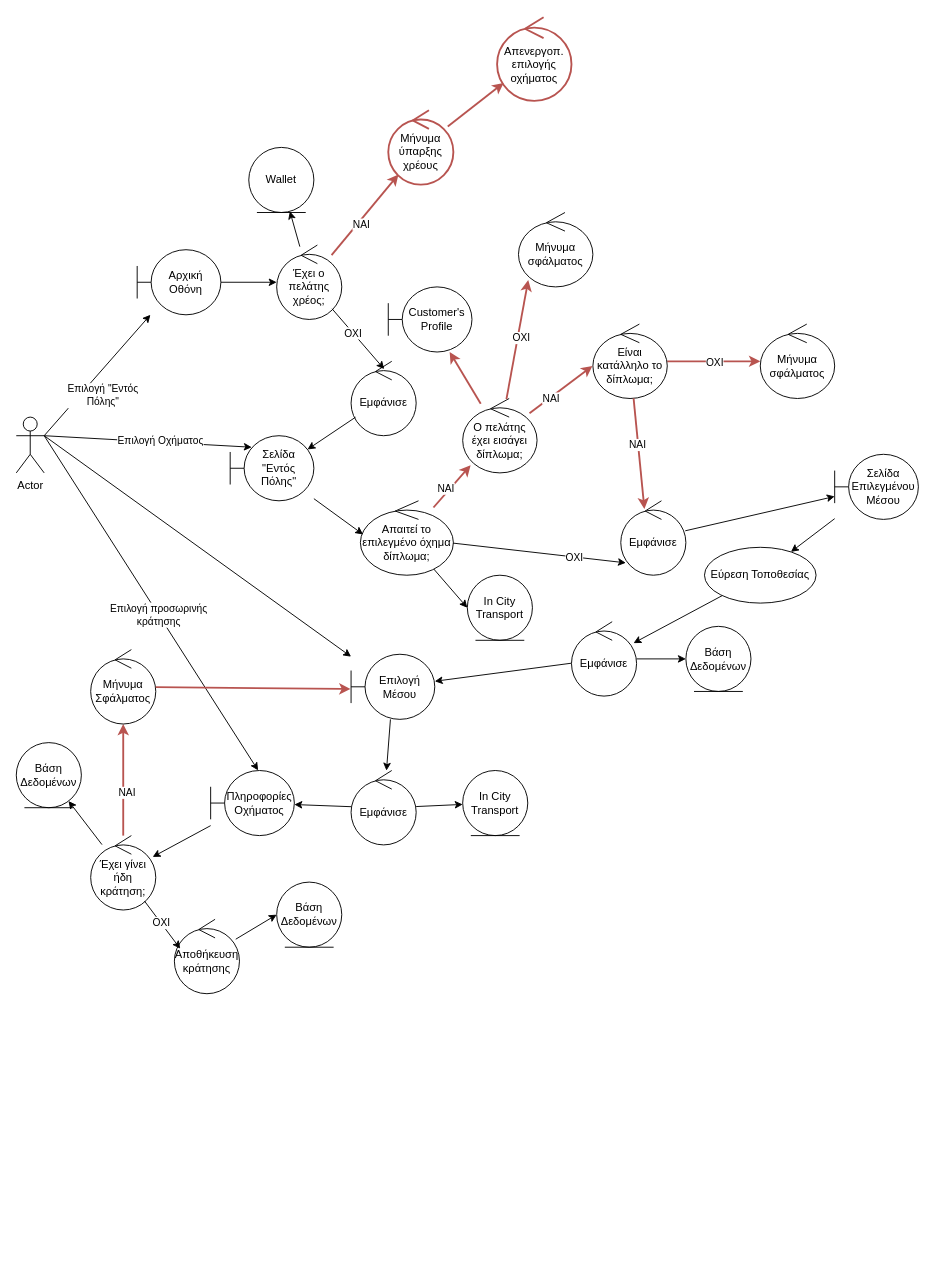
Above: Part_2/Robustness/diagrams/01_Επιλογή_Μέσου_Μετακίνησης.drawio in Nikolis2002/texnoligia_logismikou (draw.io), before the change. Source tidied: cells renumbered, new cells numbered last; positions are measured from the earlier drawing's top-left corner, leaving out a move shared by most shapes. Both pictures are drawn from the tidied source at 93%, with x=0, y=0 at pixel (16, 17).
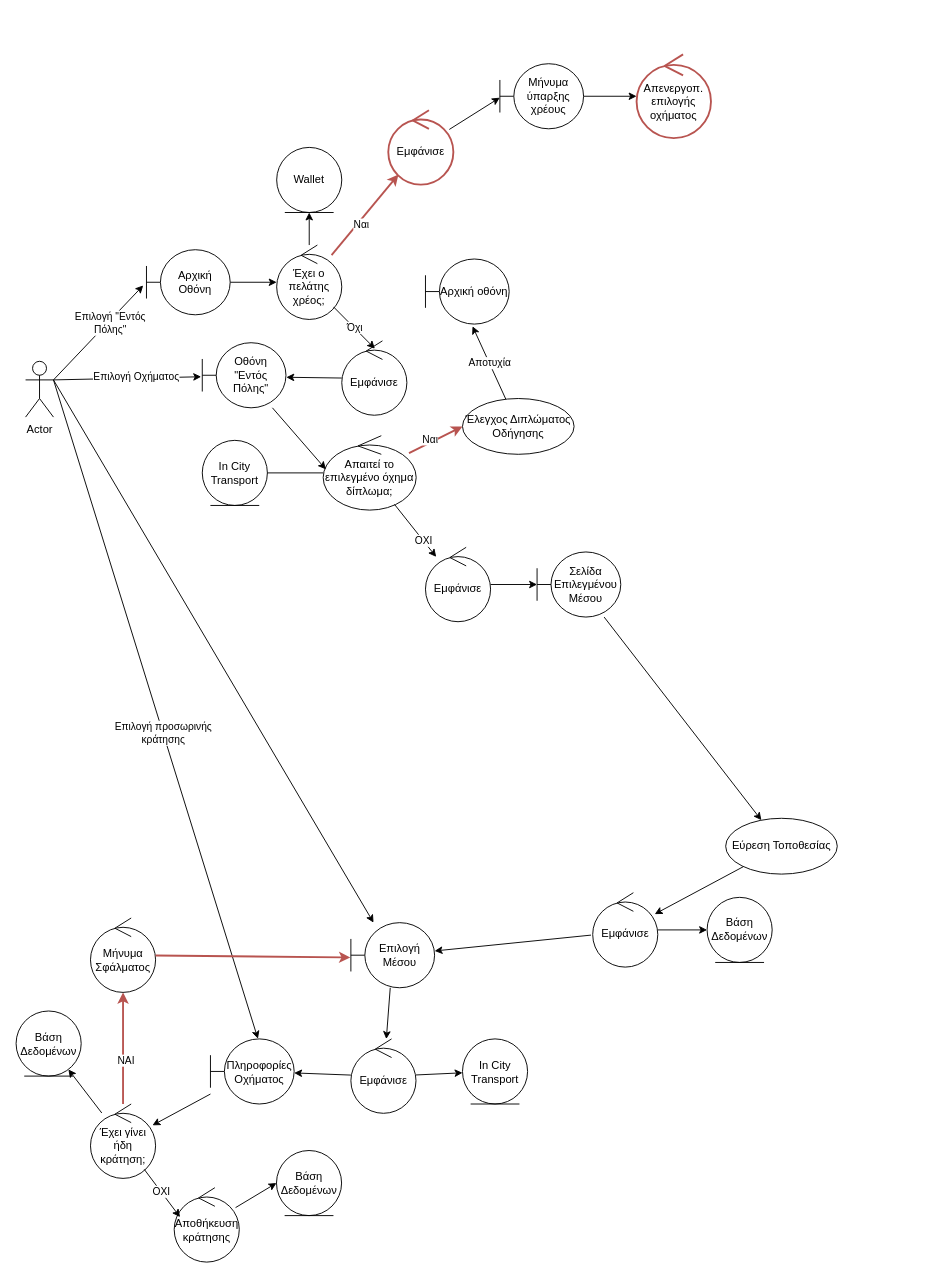
The same diagram, later.

Commit message (it also covers changes not shown here):
USE CASE 1 NEEDS WORK

Unchanged cells that the change refers to:
```xml
<mxCell id="9" style="edgeStyle=none;rounded=0;jettySize=auto;html=1;fillColor=#f8cecc;strokeColor=#b85450;strokeWidth=2;" parent="1" edge="1" source="12" target="14">
  <mxGeometry relative="1" as="geometry" />
</mxCell>
<mxCell id="12" value="Έχει ο πελάτης χρέος;" style="ellipse;shape=umlControl;whiteSpace=wrap;html=1;" parent="1" vertex="1">
  <mxGeometry x="280" y="245" width="70" height="80" as="geometry" />
</mxCell>
```

What changed in the source:
```diff
@@
-    <mxCell id="2" style="rounded=0;jettySize=auto;html=1;exitX=1;exitY=0.3333333333333333;exitDx=0;exitDy=0;exitPerimeter=0;" parent="1" edge="1" source="5" target="7">
+    <mxCell id="2" style="rounded=0;jettySize=auto;html=1;exitX=1;exitY=0.3333333333333333;exitDx=0;exitDy=0;exitPerimeter=0;entryX=-0.039;entryY=0.549;entryDx=0;entryDy=0;entryPerimeter=0;" parent="1" edge="1" source="5" target="7">
       <mxGeometry relative="1" as="geometry" />
     </mxCell>
     <mxCell id="3" value="Επιλογή &quot;Εντός&lt;div&gt;Πόλης&quot;&lt;br&gt;&lt;/div&gt;" style="edgeLabel;html=1;align=center;verticalAlign=middle;" parent="2" vertex="1">
       <mxGeometry x="-0.4" relative="1" as="geometry">
-        <mxPoint x="28" y="-4" as="offset" />
+        <mxPoint x="32" y="-31" as="offset" />
       </mxGeometry>
     </mxCell>
@@
     <mxCell id="5" value="Actor" style="shape=umlActor;verticalLabelPosition=bottom;verticalAlign=top;html=1;" parent="1" vertex="1">
-      <mxGeometry y="430" width="30" height="60" as="geometry" />
+      <mxGeometry x="10" y="370" width="30" height="60" as="geometry" />
     </mxCell>
@@
     <mxCell id="7" value="Αρχική Οθόνη" style="shape=umlBoundary;whiteSpace=wrap;html=1;" parent="1" vertex="1">
-      <mxGeometry x="130" y="250" width="90" height="70" as="geometry" />
+      <mxGeometry x="140" y="250" width="90" height="70" as="geometry" />
     </mxCell>
     <mxCell id="8" value="Απενεργοπ. επιλογής οχήματος" style="ellipse;shape=umlControl;whiteSpace=wrap;html=1;fillColor=default;strokeColor=#b85450;strokeWidth=2;" parent="1" vertex="1">
-      <mxGeometry x="517" width="80" height="90" as="geometry" />
+      <mxGeometry x="667" y="40" width="80" height="90" as="geometry" />
     </mxCell>
@@
-    <mxCell id="10" value="ΝΑΙ" style="edgeLabel;html=1;align=center;verticalAlign=middle;" parent="9" vertex="1">
+    <mxCell id="10" value="Ναι" style="edgeLabel;html=1;align=center;verticalAlign=middle;" parent="9" vertex="1">
       <mxGeometry x="-0.18" y="-3" relative="1" as="geometry" />
     </mxCell>
@@
-    <mxCell id="13" style="edgeStyle=none;rounded=0;jettySize=auto;html=1;fillColor=#f8cecc;strokeColor=#b85450;strokeWidth=2;" parent="1" edge="1" source="14" target="8">
-      <mxGeometry relative="1" as="geometry" />
-    </mxCell>
+    <mxCell id="77" style="edgeStyle=none;html=1;entryX=-0.001;entryY=0.522;entryDx=0;entryDy=0;entryPerimeter=0;" parent="1" edge="1" source="14" target="79">
+      <mxGeometry relative="1" as="geometry" />
+    </mxCell>
-    <mxCell id="14" value="Μήνυμα ύπαρξης χρέους" style="ellipse;shape=umlControl;whiteSpace=wrap;html=1;fillColor=default;strokeColor=#b85450;strokeWidth=2;" parent="1" vertex="1">
+    <mxCell id="14" value="Εμφάνισε" style="ellipse;shape=umlControl;whiteSpace=wrap;html=1;fillColor=default;strokeColor=#b85450;strokeWidth=2;" parent="1" vertex="1">
       <mxGeometry x="400" y="100" width="70" height="80" as="geometry" />
     </mxCell>
     <mxCell id="15" value="Εμφάνισε" style="ellipse;shape=umlControl;whiteSpace=wrap;html=1;" parent="1" vertex="1">
-      <mxGeometry x="360" y="370" width="70" height="80" as="geometry" />
+      <mxGeometry x="350" y="348" width="70" height="80" as="geometry" />
     </mxCell>
-    <mxCell id="16" style="edgeStyle=none;rounded=0;jettySize=auto;html=1;entryX=0.509;entryY=0.105;entryDx=0;entryDy=0;entryPerimeter=0;" parent="1" edge="1" source="12" target="15">
+    <mxCell id="16" value="Όχι" style="edgeStyle=none;rounded=0;jettySize=auto;html=1;entryX=0.509;entryY=0.105;entryDx=0;entryDy=0;entryPerimeter=0;" parent="1" edge="1" source="12" target="15">
       <mxGeometry relative="1" as="geometry" />
     </mxCell>
-    <mxCell id="17" value="ΟΧΙ" style="edgeLabel;html=1;align=center;verticalAlign=middle;" parent="16" vertex="1">
-      <mxGeometry x="-0.21" y="-1" relative="1" as="geometry" />
-    </mxCell>
-    <mxCell id="18" value="Σελίδα &quot;Εντός Πόλης&quot;" style="shape=umlBoundary;whiteSpace=wrap;html=1;" parent="1" vertex="1">
-      <mxGeometry x="230" y="450" width="90" height="70" as="geometry" />
+    <mxCell id="18" value="Οθόνη &quot;Εντός Πόλης&quot;" style="shape=umlBoundary;whiteSpace=wrap;html=1;" parent="1" vertex="1">
+      <mxGeometry x="200" y="350" width="90" height="70" as="geometry" />
     </mxCell>
-    <mxCell id="19" style="edgeStyle=none;rounded=0;jettySize=auto;html=1;exitX=1;exitY=0.3333333333333333;exitDx=0;exitDy=0;exitPerimeter=0;entryX=0.258;entryY=0.177;entryDx=0;entryDy=0;entryPerimeter=0;" parent="1" edge="1" source="5" target="18">
+    <mxCell id="19" style="edgeStyle=none;rounded=0;jettySize=auto;html=1;exitX=1;exitY=0.3333333333333333;exitDx=0;exitDy=0;exitPerimeter=0;entryX=-0.013;entryY=0.523;entryDx=0;entryDy=0;entryPerimeter=0;" parent="1" edge="1" source="5" target="18">
       <mxGeometry relative="1" as="geometry" />
     </mxCell>
@@
-    <mxCell id="21" style="edgeStyle=none;rounded=0;jettySize=auto;html=1;entryX=0.924;entryY=0.211;entryDx=0;entryDy=0;entryPerimeter=0;" parent="1" edge="1" source="15" target="18">
+    <mxCell id="21" style="edgeStyle=none;rounded=0;jettySize=auto;html=1;entryX=1.004;entryY=0.531;entryDx=0;entryDy=0;entryPerimeter=0;" parent="1" edge="1" source="15" target="18">
       <mxGeometry relative="1" as="geometry" />
     </mxCell>
@@
     <mxCell id="23" value="Εύρεση Τοποθεσίας" style="ellipse;whiteSpace=wrap;html=1;" parent="1" vertex="1">
-      <mxGeometry x="740" y="570" width="120" height="60" as="geometry" />
+      <mxGeometry x="762.8" y="861.4" width="120" height="60" as="geometry" />
     </mxCell>
@@
     <mxCell id="25" value="Εμφάνισε" style="ellipse;shape=umlControl;whiteSpace=wrap;html=1;" parent="1" vertex="1">
-      <mxGeometry x="650" y="520" width="70" height="80" as="geometry" />
+      <mxGeometry x="440" y="570" width="70" height="80" as="geometry" />
     </mxCell>
@@
     <mxCell id="27" value="Σελίδα Επιλεγμένου Μέσου" style="shape=umlBoundary;whiteSpace=wrap;html=1;" parent="1" vertex="1">
-      <mxGeometry x="880" y="470" width="90" height="70" as="geometry" />
+      <mxGeometry x="560" y="575" width="90" height="70" as="geometry" />
     </mxCell>
@@
-    <mxCell id="29" style="edgeStyle=none;rounded=0;jettySize=auto;html=1;" parent="1" edge="1" source="30" target="33">
-      <mxGeometry relative="1" as="geometry" />
+    <mxCell id="29" style="edgeStyle=none;rounded=0;jettySize=auto;html=1;" parent="1" edge="1" target="33">
+      <mxGeometry relative="1" as="geometry">
+        <mxPoint x="618" y="987" as="sourcePoint" />
+      </mxGeometry>
     </mxCell>
     <mxCell id="30" value="Εμφάνισε" style="ellipse;shape=umlControl;whiteSpace=wrap;html=1;" parent="1" vertex="1">
-      <mxGeometry x="597" y="650" width="70" height="80" as="geometry" />
+      <mxGeometry x="619.8" y="941.4" width="70" height="80" as="geometry" />
     </mxCell>
     <mxCell id="31" value="Βάση Δεδομένων" style="ellipse;shape=umlEntity;whiteSpace=wrap;html=1;" parent="1" vertex="1">
-      <mxGeometry x="720" y="655" width="70" height="70" as="geometry" />
+      <mxGeometry x="742.8" y="946.4" width="70" height="70" as="geometry" />
     </mxCell>
@@
     <mxCell id="33" value="Επιλογή Μέσου" style="shape=umlBoundary;whiteSpace=wrap;html=1;" parent="1" vertex="1">
-      <mxGeometry x="360" y="685" width="90" height="70" as="geometry" />
+      <mxGeometry x="359.8" y="973.6" width="90" height="70" as="geometry" />
     </mxCell>
@@
     <mxCell id="36" value="Εμφάνισε" style="ellipse;shape=umlControl;whiteSpace=wrap;html=1;" parent="1" vertex="1">
-      <mxGeometry x="360" y="810" width="70" height="80" as="geometry" />
+      <mxGeometry x="359.8" y="1098.6" width="70" height="80" as="geometry" />
     </mxCell>
     <mxCell id="37" value="In City Transport" style="ellipse;shape=umlEntity;whiteSpace=wrap;html=1;" parent="1" vertex="1">
-      <mxGeometry x="480" y="810" width="70" height="70" as="geometry" />
+      <mxGeometry x="479.8" y="1098.6" width="70" height="70" as="geometry" />
     </mxCell>
@@
     <mxCell id="39" value="Πληροφορίες Οχήματος" style="shape=umlBoundary;whiteSpace=wrap;html=1;" parent="1" vertex="1">
-      <mxGeometry x="209" y="810" width="90" height="70" as="geometry" />
+      <mxGeometry x="208.8" y="1098.6" width="90" height="70" as="geometry" />
     </mxCell>
@@
     <mxCell id="45" value="Έχει γίνει ήδη κράτηση;" style="ellipse;shape=umlControl;whiteSpace=wrap;html=1;" parent="1" vertex="1">
-      <mxGeometry x="80" y="880" width="70" height="80" as="geometry" />
+      <mxGeometry x="79.8" y="1168.6" width="70" height="80" as="geometry" />
     </mxCell>
     <mxCell id="46" value="Βάση Δεδομένων" style="ellipse;shape=umlEntity;whiteSpace=wrap;html=1;" parent="1" vertex="1">
-      <mxGeometry y="780" width="70" height="70" as="geometry" />
+      <mxGeometry x="-0.2" y="1068.6" width="70" height="70" as="geometry" />
     </mxCell>
@@
     <mxCell id="48" value="Αποθήκευση κράτησης" style="ellipse;shape=umlControl;whiteSpace=wrap;html=1;" parent="1" vertex="1">
-      <mxGeometry x="170" y="970" width="70" height="80" as="geometry" />
+      <mxGeometry x="169.8" y="1258.6" width="70" height="80" as="geometry" />
     </mxCell>
     <mxCell id="49" value="Βάση Δεδομένων" style="ellipse;shape=umlEntity;whiteSpace=wrap;html=1;" parent="1" vertex="1">
-      <mxGeometry x="280" y="930" width="70" height="70" as="geometry" />
+      <mxGeometry x="279.8" y="1218.6" width="70" height="70" as="geometry" />
     </mxCell>
@@
     <mxCell id="53" value="Απαιτεί το επιλεγμένο όχημα δίπλωμα;" style="ellipse;shape=umlControl;whiteSpace=wrap;html=1;" parent="1" vertex="1">
-      <mxGeometry x="370" y="520" width="100" height="80" as="geometry" />
+      <mxGeometry x="330" y="450" width="100" height="80" as="geometry" />
     </mxCell>
     <mxCell id="54" value="In City Transport" style="ellipse;shape=umlEntity;whiteSpace=wrap;html=1;" parent="1" vertex="1">
-      <mxGeometry x="485" y="600" width="70" height="70" as="geometry" />
+      <mxGeometry x="200" y="455" width="70" height="70" as="geometry" />
     </mxCell>
@@
-    <mxCell id="56" style="edgeStyle=none;rounded=0;jettySize=auto;html=1;entryX=0.078;entryY=0.834;entryDx=0;entryDy=0;entryPerimeter=0;" parent="1" edge="1" source="53" target="25">
+    <mxCell id="56" style="edgeStyle=none;rounded=0;jettySize=auto;html=1;" parent="1" edge="1" source="53" target="25">
       <mxGeometry relative="1" as="geometry" />
     </mxCell>
@@
-    <mxCell id="58" style="edgeStyle=none;rounded=0;jettySize=auto;html=1;fillColor=#f8cecc;strokeColor=#b85450;strokeWidth=2;" parent="1" edge="1" source="59" target="60">
-      <mxGeometry relative="1" as="geometry" />
-    </mxCell>
-    <mxCell id="59" value="Ο πελάτης έχει εισάγει δίπλωμα;" style="ellipse;shape=umlControl;whiteSpace=wrap;html=1;" parent="1" vertex="1">
-      <mxGeometry x="480" y="410" width="80" height="80" as="geometry" />
-    </mxCell>
-    <mxCell id="60" value="Customer's Profile" style="shape=umlBoundary;whiteSpace=wrap;html=1;" parent="1" vertex="1">
-      <mxGeometry x="400" y="290" width="90" height="70" as="geometry" />
-    </mxCell>
-    <mxCell id="61" style="edgeStyle=none;rounded=0;jettySize=auto;html=1;entryX=0.107;entryY=0.896;entryDx=0;entryDy=0;entryPerimeter=0;fillColor=#f8cecc;strokeColor=#b85450;strokeWidth=2;" parent="1" edge="1" source="53" target="59">
+    <mxCell id="61" style="edgeStyle=none;rounded=0;jettySize=auto;html=1;entryX=0;entryY=0.5;entryDx=0;entryDy=0;fillColor=#f8cecc;strokeColor=#b85450;strokeWidth=2;" parent="1" edge="1" source="53" target="81">
       <mxGeometry relative="1" as="geometry" />
     </mxCell>
-    <mxCell id="62" value="ΝΑΙ" style="edgeLabel;html=1;align=center;verticalAlign=middle;" parent="61" vertex="1">
+    <mxCell id="62" value="Ναι" style="edgeLabel;html=1;align=center;verticalAlign=middle;" parent="61" vertex="1">
       <mxGeometry x="-0.17" y="3" relative="1" as="geometry">
         <mxPoint x="-1" as="offset" />
       </mxGeometry>
     </mxCell>
-    <mxCell id="63" style="edgeStyle=none;rounded=0;jettySize=auto;html=1;fillColor=#f8cecc;strokeColor=#b85450;strokeWidth=2;" parent="1" edge="1" source="65" target="70">
-      <mxGeometry relative="1" as="geometry" />
-    </mxCell>
-    <mxCell id="64" value="ΟΧΙ" style="edgeLabel;html=1;align=center;verticalAlign=middle;" parent="63" vertex="1">
-      <mxGeometry x="-0.01" y="-2" relative="1" as="geometry">
-        <mxPoint y="-1" as="offset" />
-      </mxGeometry>
-    </mxCell>
-    <mxCell id="65" value="Είναι κατάλληλο το δίπλωμα;" style="ellipse;shape=umlControl;whiteSpace=wrap;html=1;" parent="1" vertex="1">
-      <mxGeometry x="620" y="330" width="80" height="80" as="geometry" />
-    </mxCell>
-    <mxCell id="66" style="edgeStyle=none;rounded=0;jettySize=auto;html=1;entryX=-0.005;entryY=0.562;entryDx=0;entryDy=0;entryPerimeter=0;fillColor=#f8cecc;strokeColor=#b85450;strokeWidth=2;" parent="1" edge="1" source="59" target="65">
-      <mxGeometry relative="1" as="geometry" />
-    </mxCell>
-    <mxCell id="67" value="ΝΑΙ" style="edgeLabel;html=1;align=center;verticalAlign=middle;" parent="66" vertex="1">
-      <mxGeometry x="-0.33" y="-1" relative="1" as="geometry" />
-    </mxCell>
-    <mxCell id="68" style="edgeStyle=none;rounded=0;jettySize=auto;html=1;entryX=0.363;entryY=0.11;entryDx=0;entryDy=0;entryPerimeter=0;fillColor=#f8cecc;strokeColor=#b85450;strokeWidth=2;" parent="1" edge="1" source="65" target="25">
-      <mxGeometry relative="1" as="geometry" />
-    </mxCell>
-    <mxCell id="69" value="ΝΑΙ" style="edgeLabel;html=1;align=center;verticalAlign=middle;" parent="68" vertex="1">
-      <mxGeometry x="-0.17" y="-1" relative="1" as="geometry" />
-    </mxCell>
-    <mxCell id="70" value="Μήνυμα σφάλματος" style="ellipse;shape=umlControl;whiteSpace=wrap;html=1;" parent="1" vertex="1">
-      <mxGeometry x="800" y="330" width="80" height="80" as="geometry" />
-    </mxCell>
-    <mxCell id="71" value="Μήνυμα σφάλματος" style="ellipse;shape=umlControl;whiteSpace=wrap;html=1;" parent="1" vertex="1">
-      <mxGeometry x="540" y="210" width="80" height="80" as="geometry" />
-    </mxCell>
-    <mxCell id="72" style="edgeStyle=none;rounded=0;jettySize=auto;html=1;entryX=0.131;entryY=0.908;entryDx=0;entryDy=0;entryPerimeter=0;fillColor=#f8cecc;strokeColor=#b85450;strokeWidth=2;" parent="1" edge="1" source="59" target="71">
-      <mxGeometry relative="1" as="geometry" />
-    </mxCell>
-    <mxCell id="73" value="ΟΧΙ" style="edgeLabel;html=1;align=center;verticalAlign=middle;" parent="72" vertex="1">
-      <mxGeometry x="0.04" y="-3" relative="1" as="geometry" />
-    </mxCell>
     <mxCell id="74" value="Μήνυμα Σφάλματος" style="ellipse;shape=umlControl;whiteSpace=wrap;html=1;" parent="1" vertex="1">
-      <mxGeometry x="80" y="680" width="70" height="80" as="geometry" />
+      <mxGeometry x="79.8" y="968.6" width="70" height="80" as="geometry" />
     </mxCell>
@@
     <mxCell id="76" value="Wallet" style="ellipse;shape=umlEntity;whiteSpace=wrap;html=1;" parent="1" vertex="1">
-      <mxGeometry x="250" y="140" width="70" height="70" as="geometry" />
+      <mxGeometry x="280" y="140" width="70" height="70" as="geometry" />
     </mxCell>
+    <mxCell id="78" style="edgeStyle=none;html=1;" parent="1" edge="1" source="79" target="8">
+      <mxGeometry relative="1" as="geometry" />
+    </mxCell>
+    <mxCell id="79" value="Μήνυμα ύπαρξης χρέους" style="shape=umlBoundary;whiteSpace=wrap;html=1;" parent="1" vertex="1">
+      <mxGeometry x="520" y="50" width="90" height="70" as="geometry" />
+    </mxCell>
+    <mxCell id="80" value="Αποτυχία" style="edgeStyle=none;html=1;entryX=0.562;entryY=1.033;entryDx=0;entryDy=0;entryPerimeter=0;" parent="1" edge="1" source="81" target="82">
+      <mxGeometry relative="1" as="geometry" />
+    </mxCell>
+    <mxCell id="81" value="Έλεγχος Διπλώματος Οδήγησης" style="ellipse;whiteSpace=wrap;html=1;" parent="1" vertex="1">
+      <mxGeometry x="479.8" y="410" width="120" height="60" as="geometry" />
+    </mxCell>
+    <mxCell id="82" value="Αρχική οθόνη" style="shape=umlBoundary;whiteSpace=wrap;html=1;" parent="1" vertex="1">
+      <mxGeometry x="440" y="260" width="90" height="70" as="geometry" />
+    </mxCell>
```
